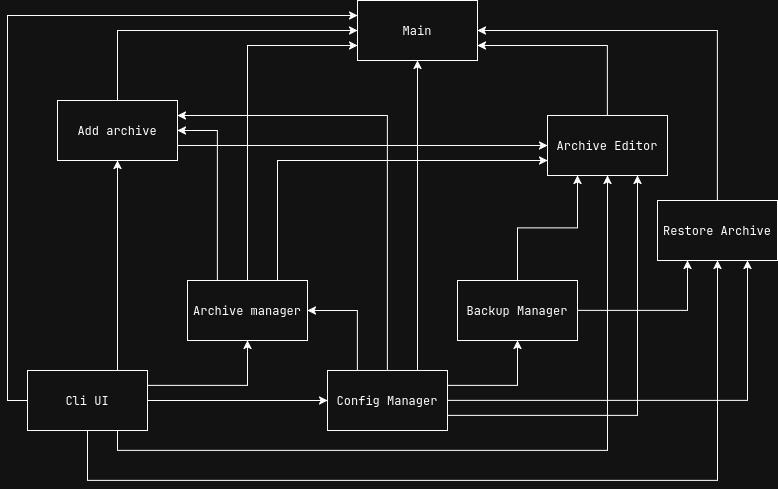
This is docs/Estructura_micro-servicios.png from AFGalindoB/System_Config_Editor, a draw.io export, as it was before one commit. Source tidied: cells renumbered, new cells last; positions are measured from the earlier drawing's top-left corner, leaving out a move shared by most shapes.
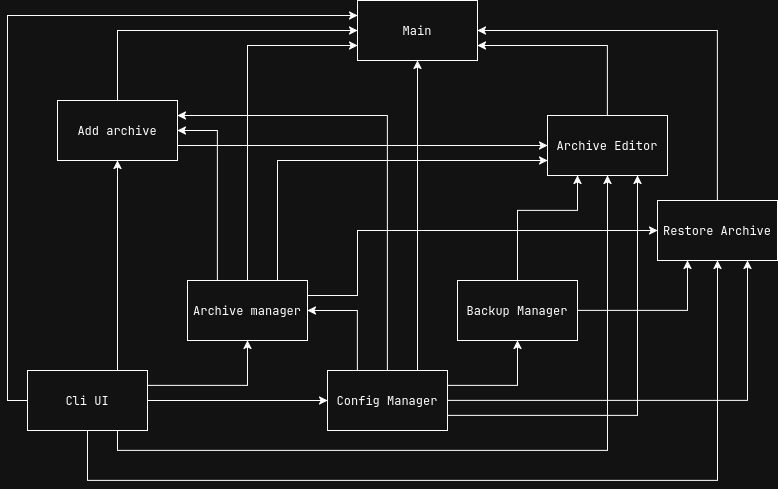
The same diagram one commit later.

Change to the diagram source:
```diff
@@ -27,6 +27,14 @@
         </Array>
       </mxGeometry>
     </mxCell>
+    <mxCell id="31" style="edgeStyle=orthogonalEdgeStyle;rounded=0;jettySize=auto;html=1;exitX=1;exitY=0.25;exitDx=0;exitDy=0;entryX=0;entryY=0.5;entryDx=0;entryDy=0;" parent="1" edge="1" source="9" target="30">
+      <mxGeometry relative="1" as="geometry">
+        <Array as="points">
+          <mxPoint x="330" y="295" />
+          <mxPoint x="330" y="230" />
+        </Array>
+      </mxGeometry>
+    </mxCell>
     <mxCell id="9" value="Archive manager" style="rounded=0;whiteSpace=wrap;html=1;" parent="1" vertex="1">
       <mxGeometry x="160" y="280" width="120" height="60" as="geometry" />
     </mxCell>
@@ -88,7 +96,12 @@
       <mxGeometry x="520" y="115" width="120" height="60" as="geometry" />
     </mxCell>
     <mxCell id="26" style="edgeStyle=orthogonalEdgeStyle;rounded=0;jettySize=auto;html=1;exitX=0.5;exitY=0;exitDx=0;exitDy=0;entryX=0.25;entryY=1;entryDx=0;entryDy=0;" parent="1" edge="1" source="28" target="25">
-      <mxGeometry relative="1" as="geometry" />
+      <mxGeometry relative="1" as="geometry">
+        <Array as="points">
+          <mxPoint x="490" y="210" />
+          <mxPoint x="550" y="210" />
+        </Array>
+      </mxGeometry>
     </mxCell>
     <mxCell id="27" style="edgeStyle=orthogonalEdgeStyle;rounded=0;jettySize=auto;html=1;exitX=1;exitY=0.5;exitDx=0;exitDy=0;entryX=0.25;entryY=1;entryDx=0;entryDy=0;" parent="1" edge="1" source="28" target="30">
       <mxGeometry relative="1" as="geometry" />
```
